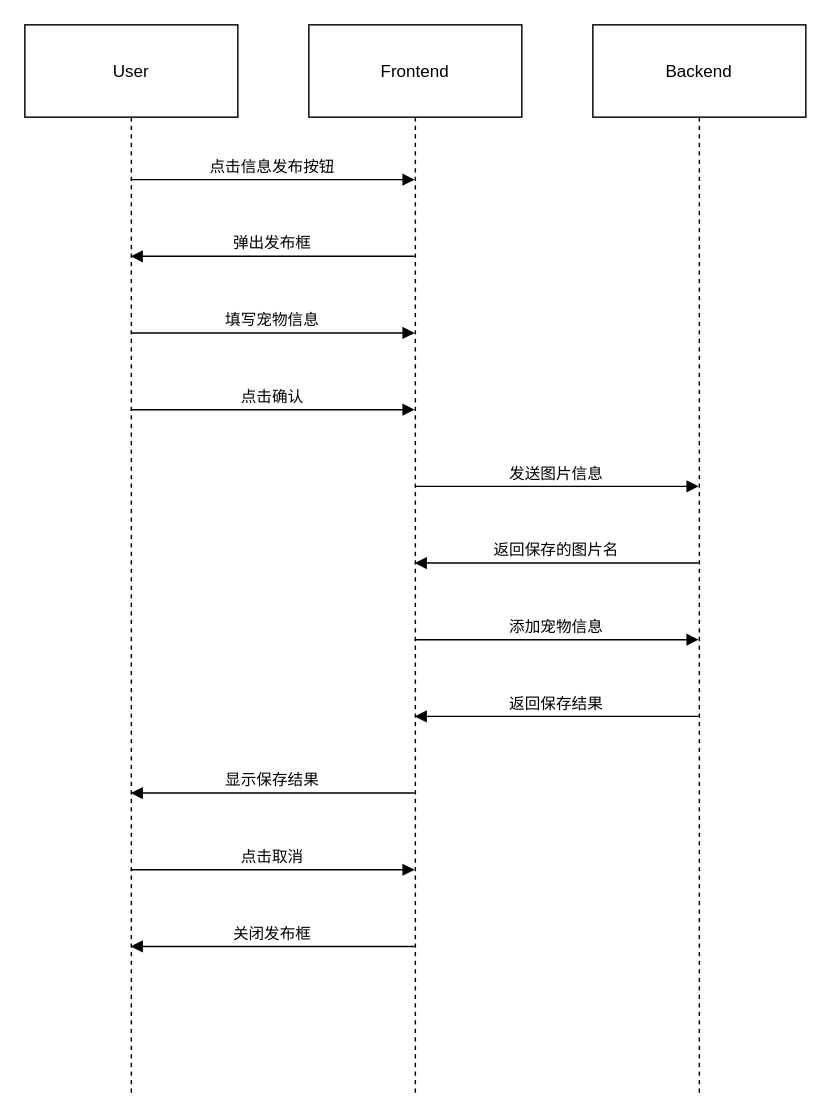
The draw.io diagram 发布时序图.drawio in Heart-clearing/git-demo, before the edit. Source tidied: cells renumbered, new cells numbered last; positions are measured from the earlier drawing's top-left corner, leaving out a move shared by most shapes. Both pictures are drawn from the tidied source at 142%, with x=0, y=0 at pixel (24, 24).
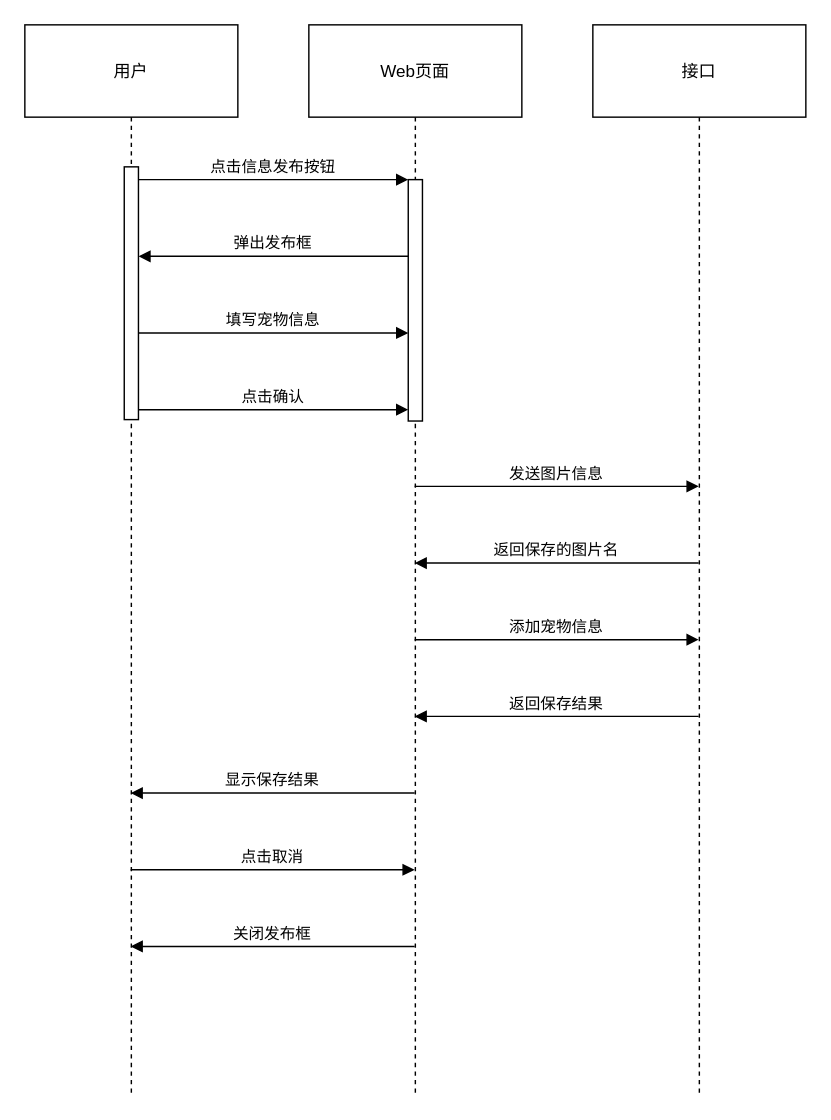
Above is the later version.

Commit message:
更新发布时序图.drawio

What changed in the source:
```diff
@@
-    <mxCell id="2" value="User" style="shape=umlLifeline;perimeter=lifelinePerimeter;whiteSpace=wrap;outlineConnect=0;portConstraint=eastwest;newEdgeStyle={&quot;edgeStyle&quot;:&quot;elbowEdgeStyle&quot;,&quot;elbow&quot;:&quot;vertical&quot;,&quot;curved&quot;:0,&quot;rounded&quot;:0};size=65;" parent="1" vertex="1">
+    <mxCell id="2" value="用户" style="shape=umlLifeline;perimeter=lifelinePerimeter;whiteSpace=wrap;outlineConnect=0;portConstraint=eastwest;newEdgeStyle={&quot;edgeStyle&quot;:&quot;elbowEdgeStyle&quot;,&quot;elbow&quot;:&quot;vertical&quot;,&quot;curved&quot;:0,&quot;rounded&quot;:0};size=65;" parent="1" vertex="1">
       <mxGeometry width="150" height="754" as="geometry" />
     </mxCell>
+    <mxCell id="16" style="html=1;points=[];perimeter=orthogonalPerimeter;outlineConnect=0;targetShapes=umlLifeline;portConstraint=eastwest;newEdgeStyle={&quot;edgeStyle&quot;:&quot;elbowEdgeStyle&quot;,&quot;elbow&quot;:&quot;vertical&quot;,&quot;curved&quot;:0,&quot;rounded&quot;:0};" parent="2" vertex="1">
+      <mxGeometry x="70" y="100" width="10" height="178" as="geometry" />
+    </mxCell>
-    <mxCell id="3" value="Frontend" style="shape=umlLifeline;perimeter=lifelinePerimeter;whiteSpace=wrap;outlineConnect=0;portConstraint=eastwest;newEdgeStyle={&quot;edgeStyle&quot;:&quot;elbowEdgeStyle&quot;,&quot;elbow&quot;:&quot;vertical&quot;,&quot;curved&quot;:0,&quot;rounded&quot;:0};size=65;" parent="1" vertex="1">
+    <mxCell id="3" value="Web页面" style="shape=umlLifeline;perimeter=lifelinePerimeter;whiteSpace=wrap;outlineConnect=0;portConstraint=eastwest;newEdgeStyle={&quot;edgeStyle&quot;:&quot;elbowEdgeStyle&quot;,&quot;elbow&quot;:&quot;vertical&quot;,&quot;curved&quot;:0,&quot;rounded&quot;:0};size=65;" parent="1" vertex="1">
       <mxGeometry x="200" width="150" height="754" as="geometry" />
     </mxCell>
+    <mxCell id="17" style="html=1;points=[];perimeter=orthogonalPerimeter;outlineConnect=0;targetShapes=umlLifeline;portConstraint=eastwest;newEdgeStyle={&quot;edgeStyle&quot;:&quot;elbowEdgeStyle&quot;,&quot;elbow&quot;:&quot;vertical&quot;,&quot;curved&quot;:0,&quot;rounded&quot;:0};" parent="3" vertex="1">
+      <mxGeometry x="70" y="109" width="10" height="170" as="geometry" />
+    </mxCell>
-    <mxCell id="4" value="Backend" style="shape=umlLifeline;perimeter=lifelinePerimeter;whiteSpace=wrap;outlineConnect=0;portConstraint=eastwest;newEdgeStyle={&quot;edgeStyle&quot;:&quot;elbowEdgeStyle&quot;,&quot;elbow&quot;:&quot;vertical&quot;,&quot;curved&quot;:0,&quot;rounded&quot;:0};size=65;" parent="1" vertex="1">
+    <mxCell id="4" value="接口" style="shape=umlLifeline;perimeter=lifelinePerimeter;whiteSpace=wrap;outlineConnect=0;portConstraint=eastwest;newEdgeStyle={&quot;edgeStyle&quot;:&quot;elbowEdgeStyle&quot;,&quot;elbow&quot;:&quot;vertical&quot;,&quot;curved&quot;:0,&quot;rounded&quot;:0};size=65;" parent="1" vertex="1">
       <mxGeometry x="400" width="150" height="754" as="geometry" />
     </mxCell>
-    <mxCell id="5" value="点击信息发布按钮" style="verticalAlign=bottom;endArrow=block;edgeStyle=elbowEdgeStyle;elbow=vertical;curved=0;rounded=0;" parent="1" edge="1" source="2" target="3">
+    <mxCell id="5" value="点击信息发布按钮" style="verticalAlign=bottom;endArrow=block;edgeStyle=elbowEdgeStyle;elbow=vertical;curved=0;rounded=0;" parent="1" edge="1" source="16" target="17">
       <mxGeometry relative="1" as="geometry">
         <Array as="points">
           <mxPoint x="185" y="109" />
         </Array>
       </mxGeometry>
     </mxCell>
-    <mxCell id="6" value="弹出发布框" style="verticalAlign=bottom;endArrow=block;edgeStyle=elbowEdgeStyle;elbow=vertical;curved=0;rounded=0;" parent="1" edge="1" source="3" target="2">
+    <mxCell id="6" value="弹出发布框" style="verticalAlign=bottom;endArrow=block;edgeStyle=elbowEdgeStyle;elbow=vertical;curved=0;rounded=0;" parent="1" edge="1" source="17" target="16">
       <mxGeometry relative="1" as="geometry">
         <Array as="points">
           <mxPoint x="183" y="163" />
         </Array>
       </mxGeometry>
     </mxCell>
-    <mxCell id="7" value="填写宠物信息" style="verticalAlign=bottom;endArrow=block;edgeStyle=elbowEdgeStyle;elbow=vertical;curved=0;rounded=0;" parent="1" edge="1" source="2" target="3">
+    <mxCell id="7" value="填写宠物信息" style="verticalAlign=bottom;endArrow=block;edgeStyle=elbowEdgeStyle;elbow=vertical;curved=0;rounded=0;" parent="1" edge="1" source="16" target="17">
       <mxGeometry relative="1" as="geometry">
         <Array as="points">
           <mxPoint x="185" y="217" />
         </Array>
       </mxGeometry>
     </mxCell>
-    <mxCell id="8" value="点击确认" style="verticalAlign=bottom;endArrow=block;edgeStyle=elbowEdgeStyle;elbow=vertical;curved=0;rounded=0;" parent="1" edge="1" source="2" target="3">
+    <mxCell id="8" value="点击确认" style="verticalAlign=bottom;endArrow=block;edgeStyle=elbowEdgeStyle;elbow=vertical;curved=0;rounded=0;" parent="1" edge="1" source="16" target="17">
       <mxGeometry relative="1" as="geometry">
         <Array as="points">
           <mxPoint x="185" y="271" />
         </Array>
       </mxGeometry>
     </mxCell>
```
